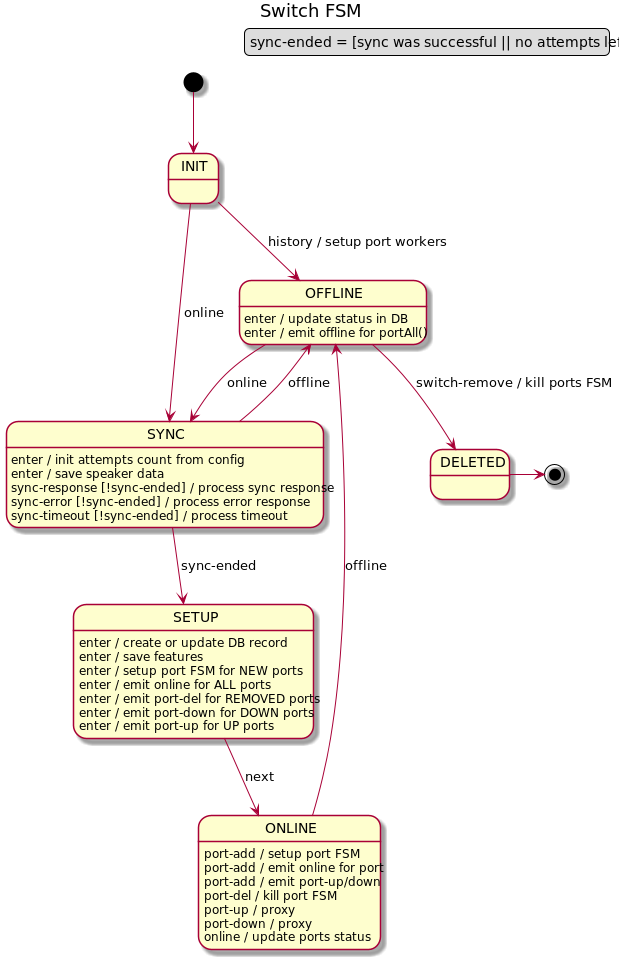
telstra/open-kilda keeps this PlantUML diagram as docs/design/network-discovery/switch-FSM.png. Above is the earlier version.
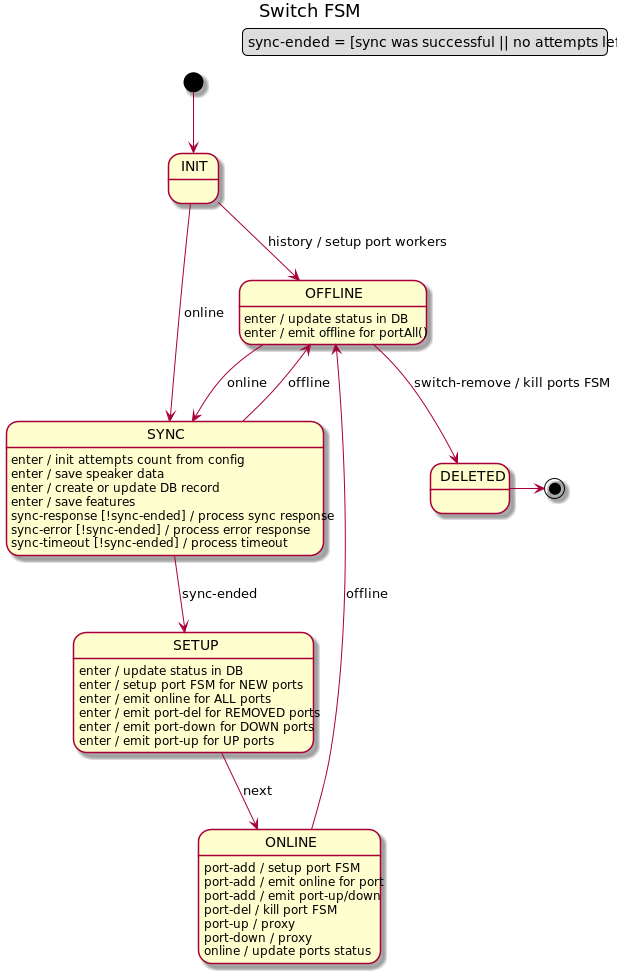
After the commit.

What changed in the source:
```diff
@@ -12,14 +12,15 @@
 
 SYNC : enter / init attempts count from config
 SYNC : enter / save speaker data
+SYNC : enter / create or update DB record
+SYNC : enter / save features
 SYNC : sync-response [!sync-ended] / process sync response
 SYNC : sync-error [!sync-ended] / process error response
 SYNC : sync-timeout [!sync-ended] / process timeout
 SYNC --> SETUP : sync-ended
 SYNC --> OFFLINE : offline
 
-SETUP : enter / create or update DB record
-SETUP : enter / save features
+SETUP : enter / update status in DB
 SETUP : enter / setup port FSM for NEW ports
 SETUP : enter / emit online for ALL ports
 SETUP : enter / emit port-del for REMOVED ports
```
